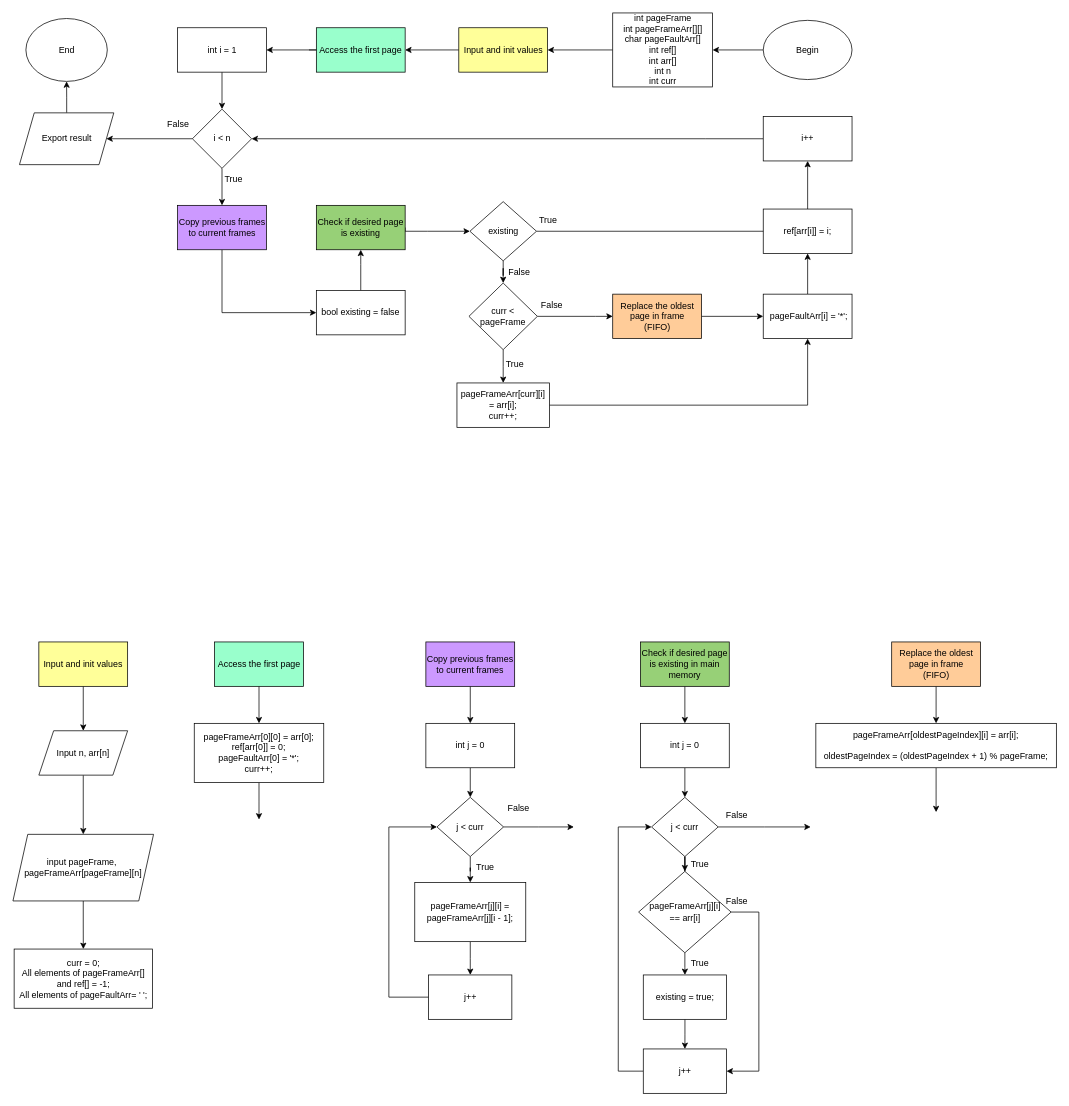
The draw.io diagram flowchart/fifo.drawio in trungpd0911/OS_LAB6, before the edit. Source tidied: cells renumbered, new cells numbered last; positions are measured from the earlier drawing's top-left corner, leaving out a move shared by most shapes. Both pictures are drawn from the tidied source at 74%, with x=0, y=0 at pixel (13, 13).
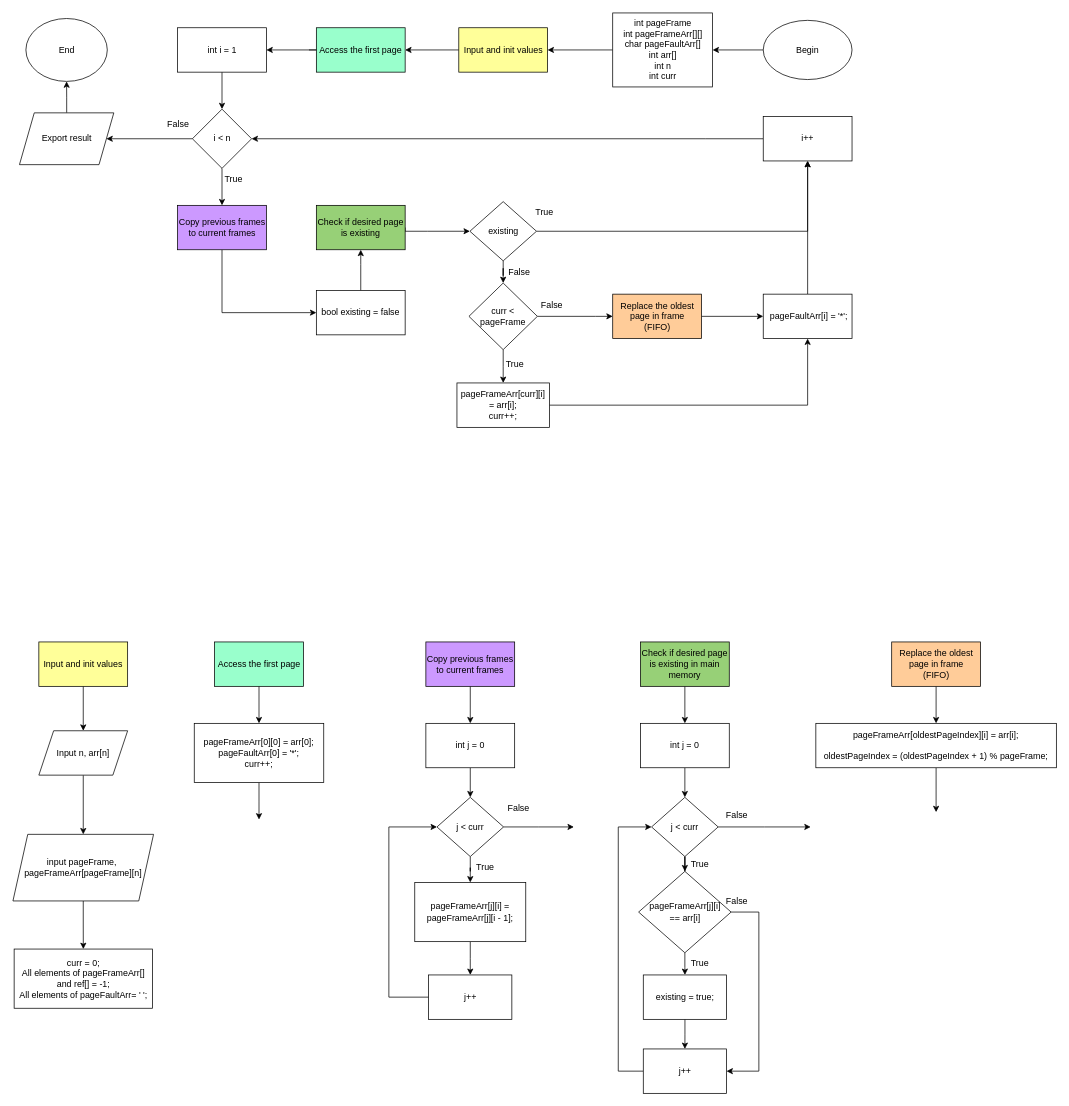
After the change.

The change refers to these unchanged cells:
```xml
<mxCell id="19" value="existing" style="rhombus;whiteSpace=wrap;html=1;" parent="1" vertex="1">
  <mxGeometry x="617.5" y="255" width="90" height="80" as="geometry" />
</mxCell>
<mxCell id="28" value="&amp;nbsp;pageFaultArr[i] = '*';" style="whiteSpace=wrap;html=1;" parent="1" vertex="1">
  <mxGeometry x="1013.9" y="380" width="120" height="60" as="geometry" />
</mxCell>
<mxCell id="33" value="i++" style="whiteSpace=wrap;html=1;" parent="1" vertex="1">
  <mxGeometry x="1013.9" y="140" width="120" height="60" as="geometry" />
</mxCell>
```

The edit, as a diff of the source:
```diff
@@
-    <mxCell id="5" value="int pageFrame&lt;br&gt;int pageFrameArr[][]&lt;br&gt;char pageFaultArr[]&lt;br&gt;int ref[]&lt;br&gt;int arr[]&lt;br&gt;int n&lt;br&gt;int curr" style="rounded=0;whiteSpace=wrap;html=1;" parent="1" vertex="1">
+    <mxCell id="5" value="int pageFrame&lt;br&gt;int pageFrameArr[][]&lt;br&gt;char pageFaultArr[]&lt;br&gt;int arr[]&lt;br&gt;int n&lt;br&gt;int curr" style="rounded=0;whiteSpace=wrap;html=1;" parent="1" vertex="1">
       <mxGeometry x="810.5" width="135" height="100" as="geometry" />
     </mxCell>
@@
-    <mxCell id="18" style="edgeStyle=orthogonalEdgeStyle;rounded=0;jettySize=auto;html=1;entryX=0.5;entryY=0;entryDx=0;entryDy=0;" parent="1" edge="1" source="19" target="31">
-      <mxGeometry relative="1" as="geometry">
-        <Array as="points">
-          <mxPoint x="1073.5" y="295" />
-        </Array>
-      </mxGeometry>
-    </mxCell>
+    <mxCell id="92" style="edgeStyle=orthogonalEdgeStyle;rounded=0;jettySize=auto;html=1;entryX=0.5;entryY=1;entryDx=0;entryDy=0;" parent="1" edge="1" source="19" target="33">
+      <mxGeometry relative="1" as="geometry" />
+    </mxCell>
@@
-    <mxCell id="27" style="edgeStyle=orthogonalEdgeStyle;rounded=0;jettySize=auto;html=1;entryX=0.5;entryY=1;entryDx=0;entryDy=0;" parent="1" edge="1" source="28" target="31">
-      <mxGeometry relative="1" as="geometry" />
-    </mxCell>
+    <mxCell id="93" style="edgeStyle=orthogonalEdgeStyle;rounded=0;jettySize=auto;html=1;entryX=0.5;entryY=1;entryDx=0;entryDy=0;" parent="1" edge="1" source="28" target="33">
+      <mxGeometry relative="1" as="geometry" />
+    </mxCell>
@@
-    <mxCell id="30" style="edgeStyle=orthogonalEdgeStyle;rounded=0;jettySize=auto;html=1;" parent="1" edge="1" source="31" target="33">
-      <mxGeometry relative="1" as="geometry" />
-    </mxCell>
-    <mxCell id="31" value="ref[arr[i]] = i;" style="whiteSpace=wrap;html=1;" parent="1" vertex="1">
-      <mxGeometry x="1013.9" y="265" width="120" height="60" as="geometry" />
-    </mxCell>
@@
     <mxCell id="39" value="True" style="text;html=1;align=center;verticalAlign=middle;strokeColor=none;fillColor=none;" parent="1" vertex="1">
-      <mxGeometry x="697.5" y="265" width="50" height="30" as="geometry" />
+      <mxGeometry x="693" y="255" width="50" height="30" as="geometry" />
     </mxCell>
@@
-    <mxCell id="43" value="pageFrameArr[0][0] = arr[0];&#10;ref[arr[0]] = 0;&#10;pageFaultArr[0] = '*';&#10;curr++;" style="rounded=0;whiteSpace=wrap;html=1;" parent="1" vertex="1">
+    <mxCell id="43" value="pageFrameArr[0][0] = arr[0];&lt;br&gt;pageFaultArr[0] = '*';&lt;br&gt;curr++;" style="rounded=0;whiteSpace=wrap;html=1;" parent="1" vertex="1">
       <mxGeometry x="245" y="960" width="175" height="80" as="geometry" />
     </mxCell>
```
